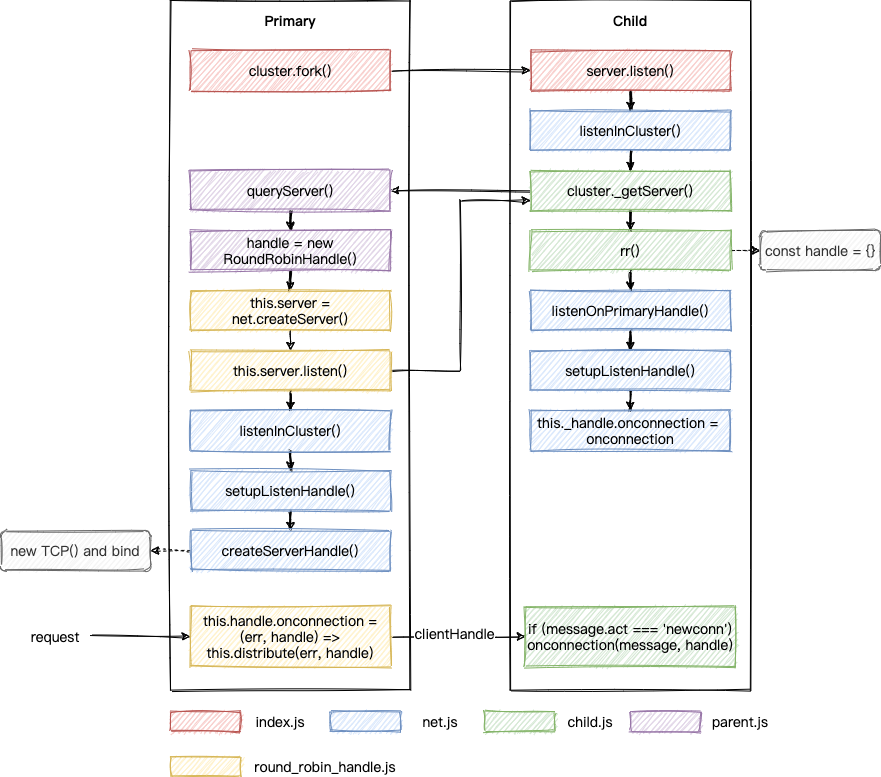
The draw.io diagram source/_posts/nodejs-cluster-principle/roundrobinhandle.png in ParadeTo/blog, before a commit. Source tidied: cells renumbered, new cells last; positions are measured from the earlier drawing's top-left corner, leaving out a move shared by most shapes.
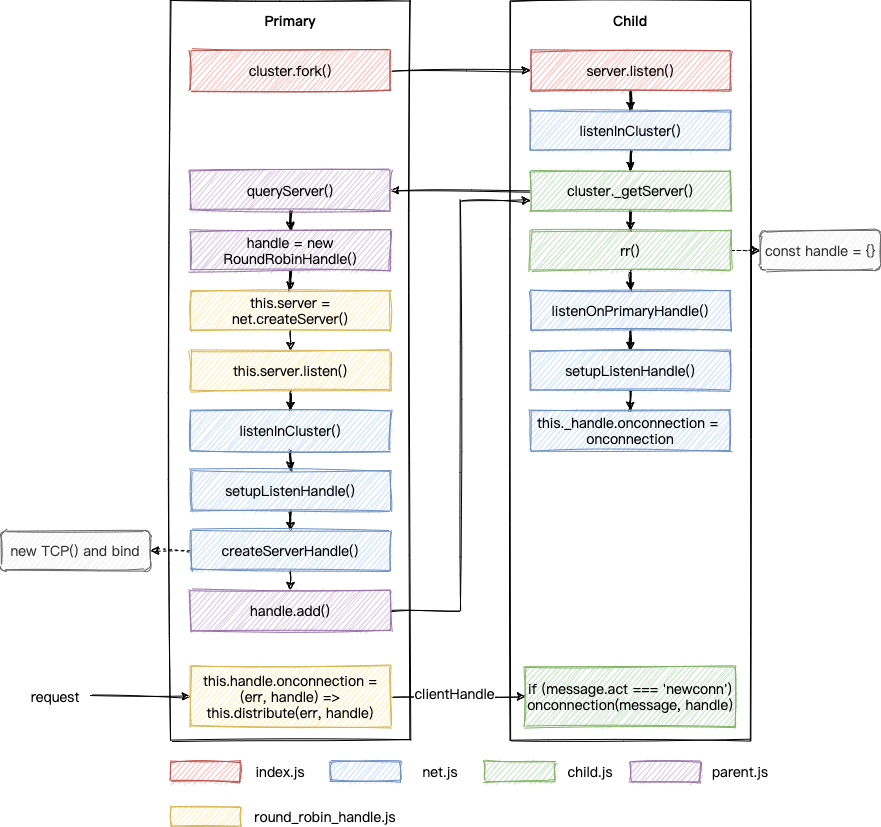
The same diagram one commit later.

Change to the diagram source:
```diff
@@ -3,13 +3,13 @@
     <mxCell id="0" />
     <mxCell id="1" parent="0" />
     <mxCell id="2" style="rounded=0;whiteSpace=wrap;html=1;glass=0;sketch=1;" parent="1" vertex="1">
-      <mxGeometry x="170" width="240" height="690" as="geometry" />
+      <mxGeometry x="170" width="240" height="740" as="geometry" />
     </mxCell>
     <mxCell id="3" value="Primary" style="text;html=1;strokeColor=none;fillColor=none;align=center;verticalAlign=middle;whiteSpace=wrap;rounded=0;glass=0;sketch=1;fontSize=14;fontFamily=Monoca;fontStyle=1;" parent="1" vertex="1">
       <mxGeometry x="270" y="10" width="40" height="20" as="geometry" />
     </mxCell>
     <mxCell id="4" style="rounded=0;whiteSpace=wrap;html=1;glass=0;sketch=1;" parent="1" vertex="1">
-      <mxGeometry x="510" width="240" height="690" as="geometry" />
+      <mxGeometry x="510" width="240" height="740" as="geometry" />
     </mxCell>
     <mxCell id="5" value="Child" style="text;html=1;strokeColor=none;fillColor=none;align=center;verticalAlign=middle;whiteSpace=wrap;rounded=0;glass=0;sketch=1;fontSize=14;fontFamily=Monoca;fontStyle=1;" parent="1" vertex="1">
       <mxGeometry x="610" y="10" width="40" height="20" as="geometry" />
@@ -21,10 +21,10 @@
       <mxGeometry x="190" y="50" width="200" height="40" as="geometry" />
     </mxCell>
     <mxCell id="8" style="rounded=0;whiteSpace=wrap;html=1;glass=0;sketch=1;fontFamily=Monoca;fontSize=14;fillColor=#f8cecc;strokeColor=#b85450;" parent="1" vertex="1">
-      <mxGeometry x="170" y="711" width="70" height="20" as="geometry" />
+      <mxGeometry x="170" y="761" width="70" height="20" as="geometry" />
     </mxCell>
     <mxCell id="9" value="index.js" style="text;html=1;strokeColor=none;fillColor=none;align=center;verticalAlign=middle;whiteSpace=wrap;rounded=0;glass=0;sketch=1;fontFamily=Monoca;fontSize=14;" parent="1" vertex="1">
-      <mxGeometry x="260" y="711" width="40" height="20" as="geometry" />
+      <mxGeometry x="260" y="761" width="40" height="20" as="geometry" />
     </mxCell>
     <mxCell id="10" style="edgeStyle=orthogonalEdgeStyle;rounded=0;jettySize=auto;html=1;fontFamily=Monoca;fontSize=14;sketch=1;" parent="1" edge="1" source="11" target="13">
       <mxGeometry relative="1" as="geometry" />
@@ -48,22 +48,22 @@
       <mxGeometry x="530" y="170" width="200" height="40" as="geometry" />
     </mxCell>
     <mxCell id="17" style="rounded=0;whiteSpace=wrap;html=1;glass=0;sketch=1;fontFamily=Monoca;fontSize=14;fillColor=#dae8fc;strokeColor=#6c8ebf;" parent="1" vertex="1">
-      <mxGeometry x="330" y="711" width="70" height="20" as="geometry" />
+      <mxGeometry x="330" y="761" width="70" height="20" as="geometry" />
     </mxCell>
     <mxCell id="18" value="net.js" style="text;html=1;strokeColor=none;fillColor=none;align=center;verticalAlign=middle;whiteSpace=wrap;rounded=0;glass=0;sketch=1;fontFamily=Monoca;fontSize=14;" parent="1" vertex="1">
-      <mxGeometry x="420" y="711" width="40" height="20" as="geometry" />
+      <mxGeometry x="420" y="761" width="40" height="20" as="geometry" />
     </mxCell>
     <mxCell id="19" style="rounded=0;whiteSpace=wrap;html=1;glass=0;sketch=1;fontFamily=Monoca;fontSize=14;fillColor=#d5e8d4;strokeColor=#82b366;" parent="1" vertex="1">
-      <mxGeometry x="484" y="711" width="70" height="20" as="geometry" />
+      <mxGeometry x="484" y="761" width="70" height="20" as="geometry" />
     </mxCell>
     <mxCell id="20" value="child.js" style="text;html=1;strokeColor=none;fillColor=none;align=center;verticalAlign=middle;whiteSpace=wrap;rounded=0;glass=0;sketch=1;fontFamily=Monoca;fontSize=14;" parent="1" vertex="1">
-      <mxGeometry x="570" y="711" width="40" height="20" as="geometry" />
+      <mxGeometry x="570" y="761" width="40" height="20" as="geometry" />
     </mxCell>
     <mxCell id="21" style="rounded=0;whiteSpace=wrap;html=1;glass=0;sketch=1;fontFamily=Monoca;fontSize=14;fillColor=#e1d5e7;strokeColor=#9673a6;" parent="1" vertex="1">
-      <mxGeometry x="630" y="711" width="70" height="20" as="geometry" />
+      <mxGeometry x="630" y="761" width="70" height="20" as="geometry" />
     </mxCell>
     <mxCell id="22" value="parent.js" style="text;html=1;strokeColor=none;fillColor=none;align=center;verticalAlign=middle;whiteSpace=wrap;rounded=0;glass=0;sketch=1;fontFamily=Monoca;fontSize=14;" parent="1" vertex="1">
-      <mxGeometry x="720" y="711" width="40" height="20" as="geometry" />
+      <mxGeometry x="720" y="761" width="40" height="20" as="geometry" />
     </mxCell>
     <mxCell id="23" style="edgeStyle=orthogonalEdgeStyle;rounded=0;jettySize=auto;html=1;fontFamily=Monoca;fontSize=14;sketch=1;" parent="1" edge="1" source="24" target="26">
       <mxGeometry relative="1" as="geometry" />
@@ -77,7 +77,7 @@
     <mxCell id="26" value="handle = new RoundRobinHandle()" style="text;html=1;align=center;verticalAlign=middle;whiteSpace=wrap;rounded=0;glass=0;sketch=1;fontFamily=Monoca;fontSize=14;strokeColor=#9673a6;fillColor=#e1d5e7;" parent="1" vertex="1">
       <mxGeometry x="190" y="230" width="200" height="40" as="geometry" />
     </mxCell>
-    <mxCell id="27" style="edgeStyle=orthogonalEdgeStyle;rounded=0;jettySize=auto;html=1;entryX=0;entryY=0.75;entryDx=0;entryDy=0;fontFamily=Monoca;fontSize=14;exitX=1;exitY=0.5;exitDx=0;exitDy=0;sketch=1;" parent="1" edge="1" source="39" target="16">
+    <mxCell id="27" style="edgeStyle=orthogonalEdgeStyle;rounded=0;jettySize=auto;html=1;entryX=0;entryY=0.75;entryDx=0;entryDy=0;fontFamily=Monoca;fontSize=14;sketch=1;" parent="1" edge="1" source="57" target="16">
       <mxGeometry relative="1" as="geometry" />
     </mxCell>
     <mxCell id="28" style="edgeStyle=orthogonalEdgeStyle;rounded=0;jettySize=auto;html=1;exitX=0.5;exitY=1;exitDx=0;exitDy=0;entryX=0.5;entryY=0;entryDx=0;entryDy=0;fontFamily=Monoca;sketch=1;" parent="1" edge="1" source="29" target="39">
@@ -117,10 +117,10 @@
       <mxGeometry x="190" y="350" width="200" height="40" as="geometry" />
     </mxCell>
     <mxCell id="40" style="rounded=0;whiteSpace=wrap;html=1;glass=0;sketch=1;fontFamily=Monoca;fontSize=14;fillColor=#fff2cc;strokeColor=#d6b656;" parent="1" vertex="1">
-      <mxGeometry x="170" y="756" width="70" height="20" as="geometry" />
+      <mxGeometry x="170" y="806" width="70" height="20" as="geometry" />
     </mxCell>
     <mxCell id="41" value="round_robin_handle.js" style="text;html=1;strokeColor=none;fillColor=none;align=center;verticalAlign=middle;whiteSpace=wrap;rounded=0;glass=0;sketch=1;fontFamily=Monoca;fontSize=14;" parent="1" vertex="1">
-      <mxGeometry x="270" y="756" width="110" height="20" as="geometry" />
+      <mxGeometry x="270" y="806" width="110" height="20" as="geometry" />
     </mxCell>
     <mxCell id="42" style="edgeStyle=orthogonalEdgeStyle;rounded=0;jettySize=auto;html=1;fontFamily=Monoca;fontSize=14;sketch=1;" parent="1" edge="1" source="43" target="45">
       <mxGeometry relative="1" as="geometry" />
@@ -137,6 +137,9 @@
     <mxCell id="46" style="edgeStyle=orthogonalEdgeStyle;rounded=0;sketch=1;jettySize=auto;html=1;exitX=0;exitY=0.5;exitDx=0;exitDy=0;entryX=1;entryY=0.5;entryDx=0;entryDy=0;dashed=1;fontFamily=Monoca;fontSize=14;" parent="1" edge="1" source="47" target="49">
       <mxGeometry relative="1" as="geometry" />
     </mxCell>
+    <mxCell id="56" style="edgeStyle=orthogonalEdgeStyle;rounded=0;jettySize=auto;html=1;exitX=0.5;exitY=1;exitDx=0;exitDy=0;entryX=0.5;entryY=0;entryDx=0;entryDy=0;sketch=1;" parent="1" edge="1" source="47" target="57">
+      <mxGeometry relative="1" as="geometry" />
+    </mxCell>
     <mxCell id="47" value="&lt;span style=&quot;font-size: 14px&quot;&gt;createServerHandle()&lt;/span&gt;" style="rounded=0;whiteSpace=wrap;html=1;fontFamily=Monoca;fillColor=#dae8fc;strokeColor=#6c8ebf;sketch=1;" parent="1" vertex="1">
       <mxGeometry x="190" y="530" width="200" height="40" as="geometry" />
     </mxCell>
@@ -150,7 +153,7 @@
       <mxGeometry relative="1" as="geometry" />
     </mxCell>
     <mxCell id="51" value="&lt;font style=&quot;font-size: 14px&quot;&gt;request&lt;/font&gt;" style="text;html=1;strokeColor=none;fillColor=none;align=center;verticalAlign=middle;whiteSpace=wrap;rounded=0;fontFamily=Monoca;" parent="1" vertex="1">
-      <mxGeometry x="20" y="626" width="70" height="20" as="geometry" />
+      <mxGeometry x="20" y="686" width="70" height="20" as="geometry" />
     </mxCell>
     <mxCell id="52" style="edgeStyle=orthogonalEdgeStyle;rounded=0;sketch=1;jettySize=auto;html=1;exitX=1;exitY=0.5;exitDx=0;exitDy=0;entryX=0;entryY=0.5;entryDx=0;entryDy=0;fontFamily=Monoca;fontSize=14;" parent="1" edge="1" source="54" target="55">
       <mxGeometry relative="1" as="geometry" />
@@ -159,10 +162,13 @@
       <mxGeometry x="-0.07" y="4" relative="1" as="geometry" />
     </mxCell>
     <mxCell id="54" value="&lt;span style=&quot;font-size: 14px&quot;&gt;this.handle.onconnection = (err, handle) =&amp;gt; this.distribute(err, handle)&lt;/span&gt;" style="rounded=0;whiteSpace=wrap;html=1;fontFamily=Monoca;fillColor=#fff2cc;strokeColor=#d6b656;sketch=1;" parent="1" vertex="1">
-      <mxGeometry x="190" y="606" width="200" height="60" as="geometry" />
+      <mxGeometry x="190" y="666" width="200" height="60" as="geometry" />
     </mxCell>
     <mxCell id="55" value="if (message.act === 'newconn') onconnection(message, handle)" style="text;html=1;align=center;verticalAlign=middle;whiteSpace=wrap;rounded=0;glass=0;sketch=1;fontFamily=Monoca;fontSize=14;strokeColor=#82b366;fillColor=#d5e8d4;" parent="1" vertex="1">
-      <mxGeometry x="525" y="606" width="210" height="60" as="geometry" />
+      <mxGeometry x="525" y="666" width="210" height="60" as="geometry" />
     </mxCell>
+    <mxCell id="57" value="&lt;span style=&quot;font-size: 14px&quot;&gt;handle.add()&lt;/span&gt;" style="rounded=0;whiteSpace=wrap;html=1;fontFamily=Monoca;fillColor=#e1d5e7;strokeColor=#9673a6;sketch=1;" parent="1" vertex="1">
+      <mxGeometry x="190" y="590" width="200" height="40" as="geometry" />
+    </mxCell>
   </root>
 </mxGraphModel>
```
